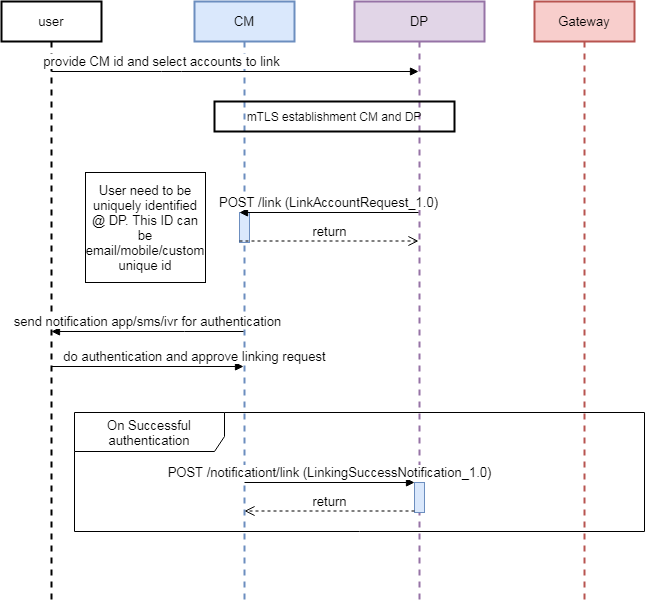
This is seqDiagram/accountLinking-DPSide.png from iSPIRT/DEPA, a draw.io export, as it was before one commit. Source tidied: cells renumbered, new cells last; positions are measured from the earlier drawing's top-left corner, leaving out a move shared by most shapes.
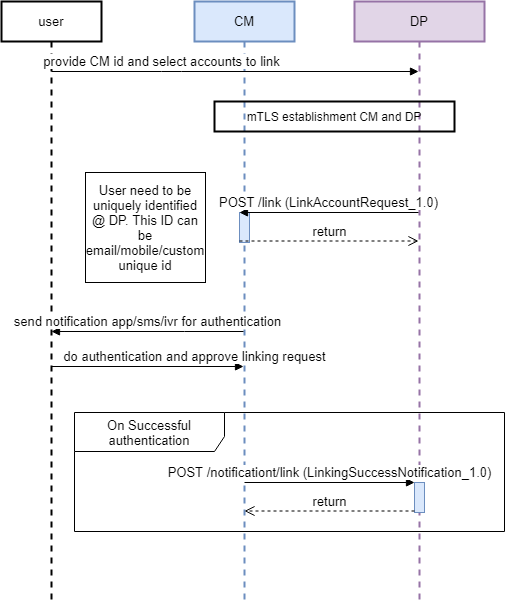
After the change.

Diff of the diagram source:
```diff
@@ -3,7 +3,7 @@
     <mxCell id="0" />
     <mxCell id="1" parent="0" />
     <mxCell id="2" value="On Successful authentication" style="shape=umlFrame;whiteSpace=wrap;html=1;width=150;height=39;fontSize=13;" parent="1" vertex="1">
-      <mxGeometry x="73" y="411" width="570" height="119" as="geometry" />
+      <mxGeometry x="73" y="411" width="430" height="119" as="geometry" />
     </mxCell>
     <mxCell id="3" value="user" style="shape=umlLifeline;perimeter=lifelinePerimeter;whiteSpace=wrap;html=1;outlineConnect=0;strokeWidth=2;fontSize=13;" parent="1" vertex="1">
       <mxGeometry width="100" height="600" as="geometry" />
@@ -21,9 +21,6 @@
     <mxCell id="6" value="DP" style="shape=umlLifeline;perimeter=lifelinePerimeter;whiteSpace=wrap;html=1;outlineConnect=0;fillColor=#e1d5e7;strokeColor=#9673a6;strokeWidth=2;fontSize=13;" parent="1" vertex="1">
       <mxGeometry x="353" width="130" height="600" as="geometry" />
     </mxCell>
-    <mxCell id="7" value="Gateway" style="shape=umlLifeline;perimeter=lifelinePerimeter;whiteSpace=wrap;html=1;fillColor=#f8cecc;strokeColor=#b85450;strokeWidth=2;fontSize=13;" parent="1" vertex="1">
-      <mxGeometry x="533" width="100" height="600" as="geometry" />
-    </mxCell>
     <mxCell id="8" value="send notification app/sms/ivr for authentication" style="html=1;verticalAlign=bottom;endArrow=block;rounded=0;fontSize=13;" parent="1" edge="1">
       <mxGeometry relative="1" as="geometry">
         <mxPoint x="242" y="330" as="sourcePoint" />
```
